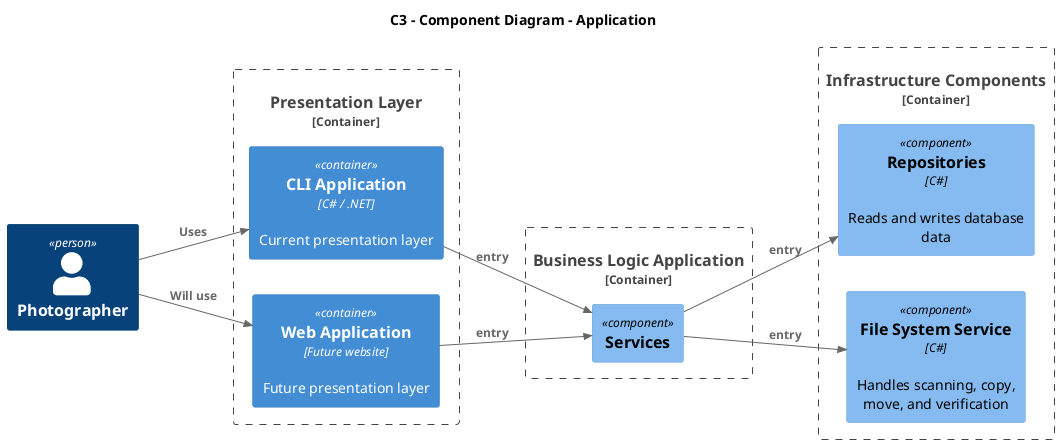
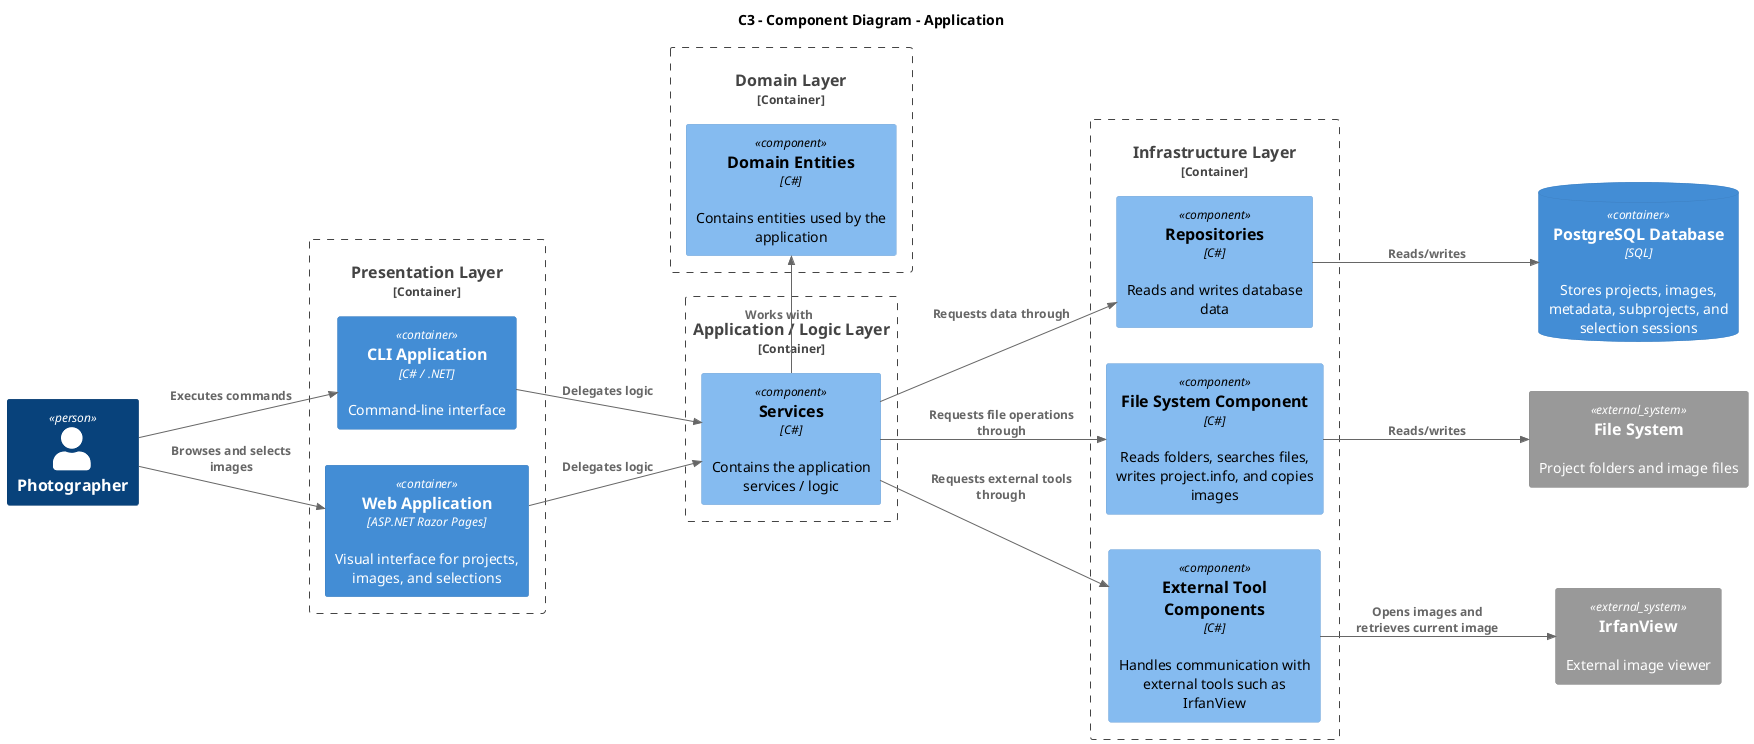
- ﻿@startuml C3_BusinessLogic
+ ﻿@startuml C3_Application
!include <C4/C4_Component>

title C3 - Component Diagram - Application

LAYOUT_LEFT_RIGHT()

Person(user, "Photographer")

Container_Boundary(presentation, "Presentation Layer") {
-     Container(cli, "CLI Application", "C# / .NET", "Current presentation layer")
-     Container(web, "Web Application", "Future website", "Future presentation layer")
+     Container(cli, "CLI Application", "C# / .NET", "Command-line interface")
+     Container(web, "Web Application", "ASP.NET Razor Pages", "Visual interface for projects, images, and selections")
}

- Container_Boundary(business, "Business Logic Application") {
-     Component(anchor, "Services", "", "")
+ Container_Boundary(application, "Application / Logic Layer") {
+     Component(services, "Services", "C#", "Contains the application services / logic")
}

- Container_Boundary(infra, "Infrastructure Components") {
-     Component(repositories, "Repositories", "C#", "Reads and writes database data")
-     Component(fs, "File System Service", "C#", "Handles scanning, copy, move, and verification")
+ Container_Boundary(domain, "Domain Layer") {
+     Component(domainEntities, "Domain Entities", "C#", "Contains entities used by the application")
}

+ Container_Boundary(infra, "Infrastructure Layer") {
+     Component(repositories, "Repositories", "C#", "Reads and writes database data")
+     Component(fileSystem, "File System Component", "C#", "Reads folders, searches files, writes project.info, and copies images")
+     Component(externalTools, "External Tool Components", "C#", "Handles communication with external tools such as IrfanView")
+ }

- Rel(user, cli, "Uses")
- Rel(user, web, "Will use")
+ ContainerDb(database, "PostgreSQL Database", "SQL", "Stores projects, images, metadata, subprojects, and selection sessions")
+ System_Ext(fs, "File System", "Project folders and image files")
+ System_Ext(irfanview, "IrfanView", "External image viewer")

- Rel(cli, anchor, "entry")
- Rel(web, anchor, "entry")
+ Rel(user, cli, "Executes commands")
+ Rel(user, web, "Browses and selects images")

- Rel(anchor, fs, "entry")
- Rel(anchor, repositories, "entry")
+ Rel(cli, services, "Delegates logic")
+ Rel(web, services, "Delegates logic")

- @enduml
+ Rel_R(services, domainEntities, "Works with")
+ Rel(services, repositories, "Requests data through")
+ Rel(services, fileSystem, "Requests file operations through")
+ Rel(services, externalTools, "Requests external tools through")

+ Rel(repositories, database, "Reads/writes")
+ Rel(fileSystem, fs, "Reads/writes")
+ Rel(externalTools, irfanview, "Opens images and retrieves current image")
+ 
+ @enduml